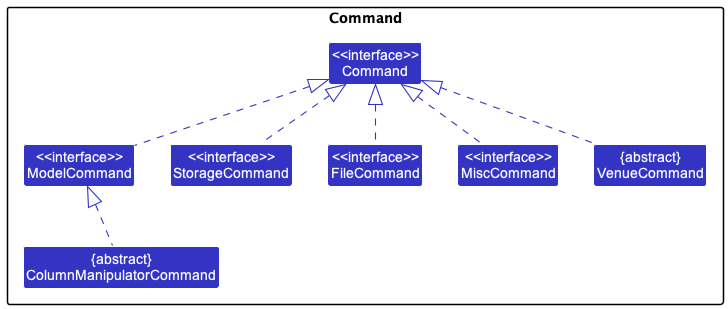
Earlier version of the PlantUML export docs/images/CommandDiagram.png (nus-cs2103-AY2223S1/tp).
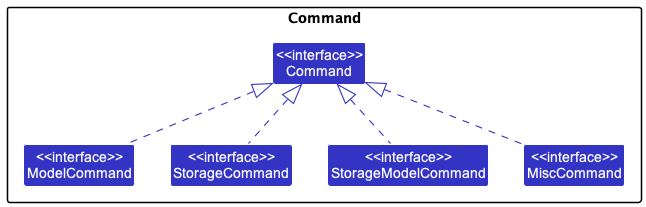
Later version of the same file.

Commit message:
Edit logic DG command class diagram

What changed in the source:
```diff
@@ -8,18 +8,14 @@
 
 Class "<<interface>>\nModelCommand" as ModelCommand
 Class "<<interface>>\nStorageCommand" as StorageCommand
-Class "<<interface>>\nFileCommand" as FileCommand
+Class "<<interface>>\nStorageModelCommand" as StorageModelCommand
 Class "<<interface>>\nMiscCommand" as MiscCommand
 Class "<<interface>>\nCommand" as Command
-Class "{abstract}\nVenueCommand" as VenueCommand
-Class "{abstract}\nColumnManipulatorCommand" as ColumnManipulatorCommand
 }
 
 ModelCommand .up.|> Command
-FileCommand .up.|> Command
+StorageModelCommand .up.|> Command
 MiscCommand .up.|> Command
 StorageCommand .up.|> Command
-VenueCommand .up.|> Command
-ColumnManipulatorCommand .up.|> ModelCommand
 
 @enduml
```
